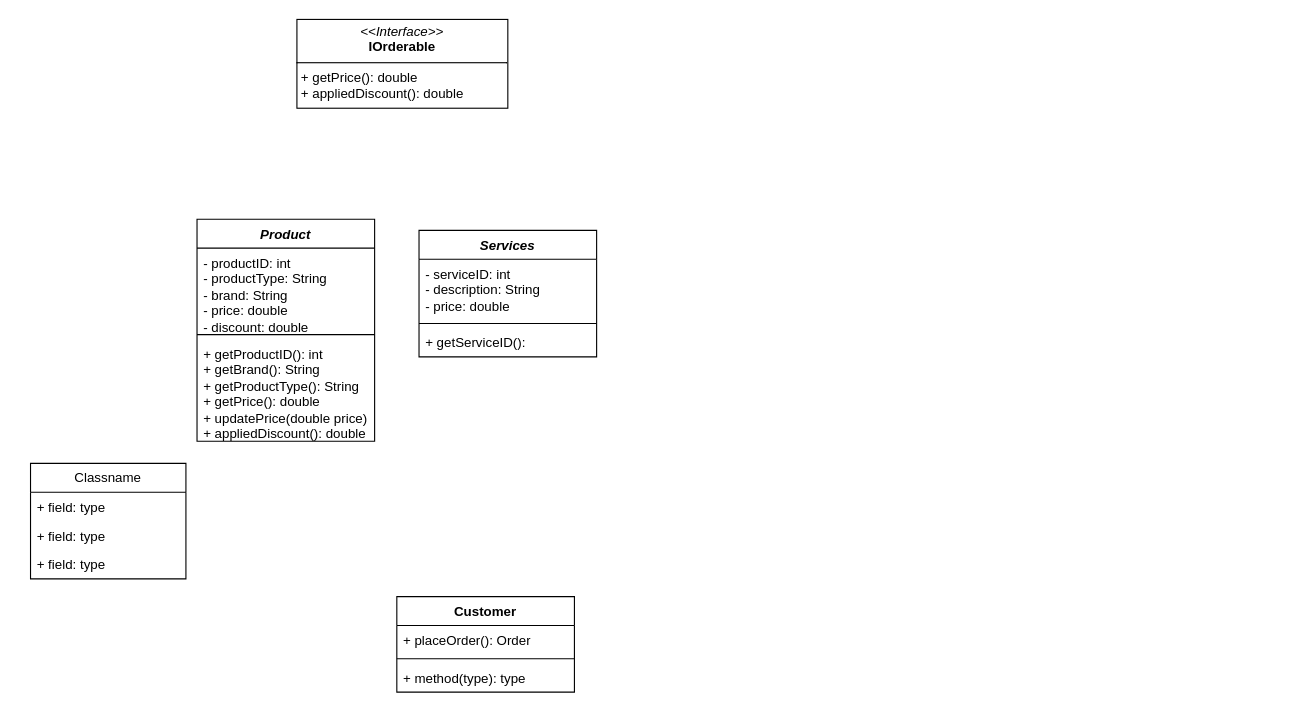
NguyenChHieu/graphs keeps this draw.io diagram as soft2201w3.drawio. Above is the earlier version. Source tidied: cells renumbered, new cells numbered last; positions are measured from the earlier drawing's top-left corner, leaving out a move shared by most shapes. Both pictures are drawn from the tidied source at 111%, with x=0, y=0 at pixel (30, 19).
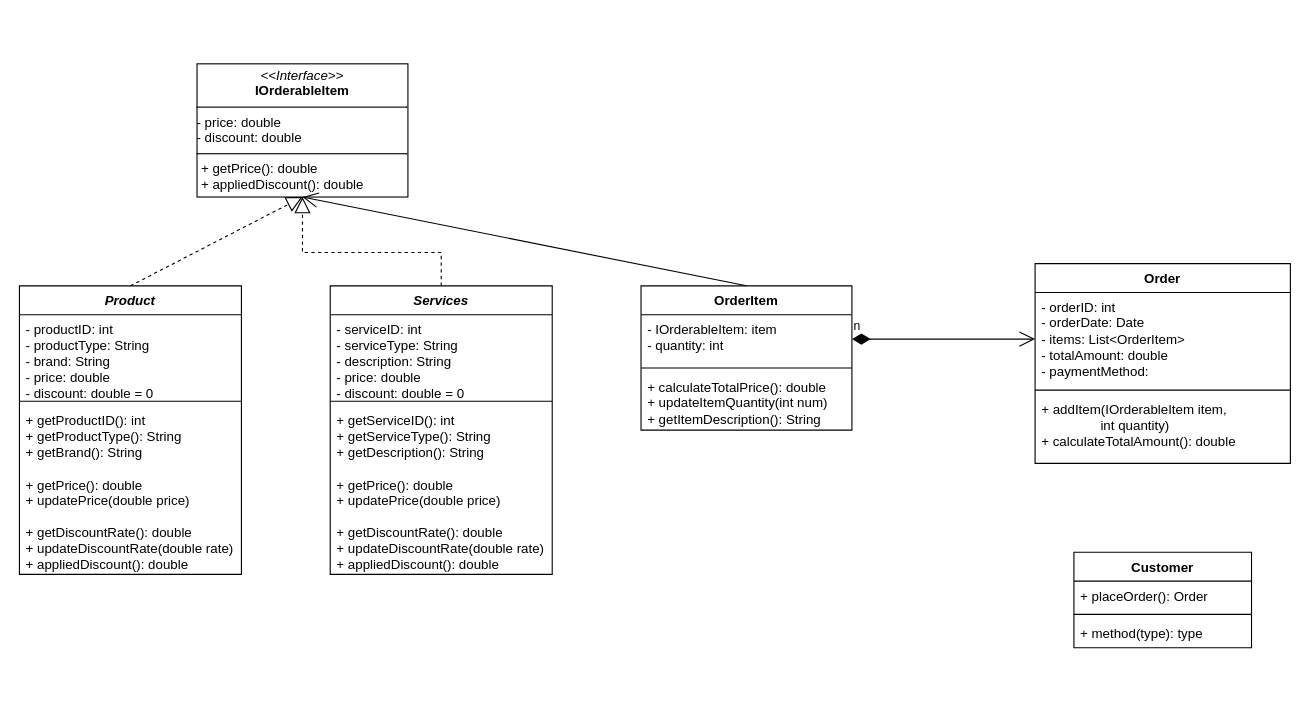
The same page after the edit.

Diff of the diagram source:
```diff
@@
     <mxCell id="2" value="&lt;i&gt;Product&lt;/i&gt;" style="swimlane;fontStyle=1;align=center;verticalAlign=top;horizontal=1;startSize=26;whiteSpace=wrap;html=1;" parent="1" vertex="1">
-      <mxGeometry x="150" y="180" width="160" height="200" as="geometry" />
+      <mxGeometry x="-10" y="240" width="200" height="260" as="geometry" />
     </mxCell>
-    <mxCell id="3" value="&lt;div&gt;- productID: int&lt;/div&gt;- productType: String&lt;div&gt;- brand: String&lt;br&gt;&lt;div&gt;- price: double&lt;/div&gt;&lt;/div&gt;&lt;div&gt;- discount: double&lt;/div&gt;" style="text;strokeColor=none;fillColor=none;align=left;verticalAlign=top;spacingLeft=4;spacingRight=4;overflow=hidden;whiteSpace=wrap;html=1;" parent="2" vertex="1">
-      <mxGeometry y="26" width="160" height="74" as="geometry" />
+    <mxCell id="3" value="&lt;div&gt;- productID: int&lt;/div&gt;- productType: String&lt;div&gt;- brand: String&lt;br&gt;&lt;div&gt;- price: double&lt;/div&gt;&lt;/div&gt;&lt;div&gt;- discount: double = 0&lt;/div&gt;" style="text;strokeColor=none;fillColor=none;align=left;verticalAlign=top;spacingLeft=4;spacingRight=4;overflow=hidden;whiteSpace=wrap;html=1;" parent="2" vertex="1">
+      <mxGeometry y="26" width="200" height="74" as="geometry" />
     </mxCell>
     <mxCell id="4" style="line;strokeWidth=1;fillColor=none;align=left;verticalAlign=middle;spacingTop=-1;spacingLeft=3;spacingRight=3;labelPosition=right;strokeColor=inherit;" parent="2" vertex="1">
-      <mxGeometry y="100" width="160" height="8" as="geometry" />
+      <mxGeometry y="100" width="200" height="8" as="geometry" />
     </mxCell>
-    <mxCell id="5" value="&lt;div&gt;+ getProductID(): int&lt;/div&gt;&lt;div&gt;+ getBrand(): String&lt;/div&gt;+ getProductType(): String&lt;div&gt;+ getPrice(): double&lt;/div&gt;&lt;div&gt;+ updatePrice(double price)&lt;/div&gt;&lt;div&gt;+ appliedDiscount(): double&lt;/div&gt;" style="text;strokeColor=none;fillColor=none;align=left;verticalAlign=top;spacingLeft=4;spacingRight=4;overflow=hidden;whiteSpace=wrap;html=1;" parent="2" vertex="1">
-      <mxGeometry y="108" width="160" height="92" as="geometry" />
+    <mxCell id="5" value="&lt;div&gt;+ getProductID(): int&lt;/div&gt;&lt;div&gt;&lt;span style=&quot;background-color: initial;&quot;&gt;+ getProductType(): String&lt;/span&gt;&lt;br&gt;&lt;/div&gt;&lt;div&gt;&lt;div&gt;+ getBrand(): String&lt;/div&gt;&lt;/div&gt;&lt;div&gt;&lt;span style=&quot;background-color: initial;&quot;&gt;&lt;br&gt;&lt;/span&gt;&lt;/div&gt;&lt;div&gt;&lt;div&gt;+ getPrice(): double&lt;/div&gt;&lt;div&gt;+ updatePrice(double price)&lt;/div&gt;&lt;div&gt;&lt;br&gt;&lt;/div&gt;&lt;div&gt;+ getDiscountRate(): double&lt;/div&gt;&lt;div&gt;+ updateDiscountRate(double rate)&lt;/div&gt;&lt;div&gt;+ appliedDiscount(): double&lt;/div&gt;&lt;/div&gt;" style="text;strokeColor=none;fillColor=none;align=left;verticalAlign=top;spacingLeft=4;spacingRight=4;overflow=hidden;whiteSpace=wrap;html=1;" parent="2" vertex="1">
+      <mxGeometry y="108" width="200" height="152" as="geometry" />
     </mxCell>
     <mxCell id="6" value="&lt;i&gt;Services&lt;/i&gt;" style="swimlane;fontStyle=1;align=center;verticalAlign=top;horizontal=1;startSize=26;whiteSpace=wrap;html=1;" parent="1" vertex="1">
-      <mxGeometry x="350" y="190" width="160" height="114" as="geometry" />
+      <mxGeometry x="270" y="240" width="200" height="260" as="geometry" />
     </mxCell>
-    <mxCell id="7" value="- serviceID: int&amp;nbsp;&lt;div&gt;- description: String&amp;nbsp;&lt;/div&gt;&lt;div&gt;- price: double&lt;/div&gt;" style="text;strokeColor=none;fillColor=none;align=left;verticalAlign=top;spacingLeft=4;spacingRight=4;overflow=hidden;whiteSpace=wrap;html=1;" parent="6" vertex="1">
-      <mxGeometry y="26" width="160" height="54" as="geometry" />
+    <mxCell id="7" value="- serviceID: int&amp;nbsp;&lt;div&gt;- serviceType: String&lt;br&gt;&lt;div&gt;- description: String&amp;nbsp;&lt;/div&gt;&lt;div&gt;- price: double&lt;/div&gt;&lt;/div&gt;&lt;div&gt;- discount: double = 0&lt;/div&gt;" style="text;strokeColor=none;fillColor=none;align=left;verticalAlign=top;spacingLeft=4;spacingRight=4;overflow=hidden;whiteSpace=wrap;html=1;" parent="6" vertex="1">
+      <mxGeometry y="26" width="200" height="74" as="geometry" />
     </mxCell>
     <mxCell id="8" style="line;strokeWidth=1;fillColor=none;align=left;verticalAlign=middle;spacingTop=-1;spacingLeft=3;spacingRight=3;labelPosition=right;strokeColor=inherit;" parent="6" vertex="1">
-      <mxGeometry y="80" width="160" height="8" as="geometry" />
+      <mxGeometry y="100" width="200" height="8" as="geometry" />
     </mxCell>
-    <mxCell id="9" value="+ getServiceID():&lt;div&gt;&lt;br&gt;&lt;/div&gt;" style="text;strokeColor=none;fillColor=none;align=left;verticalAlign=top;spacingLeft=4;spacingRight=4;overflow=hidden;whiteSpace=wrap;html=1;" parent="6" vertex="1">
-      <mxGeometry y="88" width="160" height="26" as="geometry" />
+    <mxCell id="9" value="+ getServiceID(): int&lt;div&gt;+ getServiceType(): String&lt;/div&gt;&lt;div&gt;+ getDescription(): String&lt;/div&gt;&lt;div&gt;&lt;div&gt;&lt;br&gt;&lt;/div&gt;&lt;div&gt;+ getPrice(): double&lt;/div&gt;&lt;div&gt;+ updatePrice(double price)&lt;/div&gt;&lt;div&gt;&lt;br&gt;&lt;/div&gt;&lt;div&gt;+ getDiscountRate(): double&lt;/div&gt;&lt;div&gt;+ updateDiscountRate(double rate)&lt;/div&gt;&lt;div&gt;+ appliedDiscount(): double&lt;/div&gt;&lt;div&gt;&lt;br&gt;&lt;/div&gt;&lt;/div&gt;" style="text;strokeColor=none;fillColor=none;align=left;verticalAlign=top;spacingLeft=4;spacingRight=4;overflow=hidden;whiteSpace=wrap;html=1;" parent="6" vertex="1">
+      <mxGeometry y="108" width="200" height="152" as="geometry" />
     </mxCell>
     <mxCell id="10" value="Customer" style="swimlane;fontStyle=1;align=center;verticalAlign=top;horizontal=1;startSize=26;whiteSpace=wrap;html=1;" parent="1" vertex="1">
-      <mxGeometry x="330" y="520" width="160" height="86" as="geometry" />
+      <mxGeometry x="940" y="480" width="160" height="86" as="geometry" />
     </mxCell>
@@
-    <mxCell id="14" value="Classname" style="swimlane;fontStyle=0;horizontal=1;startSize=26;fillColor=none;whiteSpace=wrap;html=1;" parent="1" vertex="1">
-      <mxGeometry y="400" width="140" height="104" as="geometry" />
-    </mxCell>
-    <mxCell id="15" value="+ field: type" style="text;strokeColor=none;fillColor=none;align=left;verticalAlign=top;spacingLeft=4;spacingRight=4;overflow=hidden;whiteSpace=wrap;html=1;" parent="14" vertex="1">
-      <mxGeometry y="26" width="140" height="26" as="geometry" />
-    </mxCell>
-    <mxCell id="16" value="+ field: type" style="text;strokeColor=none;fillColor=none;align=left;verticalAlign=top;spacingLeft=4;spacingRight=4;overflow=hidden;whiteSpace=wrap;html=1;" parent="14" vertex="1">
-      <mxGeometry y="52" width="140" height="26" as="geometry" />
-    </mxCell>
-    <mxCell id="17" value="+ field: type" style="text;strokeColor=none;fillColor=none;align=left;verticalAlign=top;spacingLeft=4;spacingRight=4;overflow=hidden;whiteSpace=wrap;html=1;" parent="14" vertex="1">
-      <mxGeometry y="78" width="140" height="26" as="geometry" />
-    </mxCell>
-    <mxCell id="18" value="&lt;p style=&quot;margin:0px;margin-top:4px;text-align:center;&quot;&gt;&lt;i&gt;&amp;lt;&amp;lt;Interface&amp;gt;&amp;gt;&lt;/i&gt;&lt;br&gt;&lt;b&gt;IOrderable&lt;/b&gt;&lt;/p&gt;&lt;hr size=&quot;1&quot; style=&quot;border-style:solid;&quot;&gt;&lt;p style=&quot;margin:0px;margin-left:4px;&quot;&gt;&lt;/p&gt;&lt;p style=&quot;margin:0px;margin-left:4px;&quot;&gt;+ getPrice(): double&lt;/p&gt;&lt;p style=&quot;margin:0px;margin-left:4px;&quot;&gt;+ appliedDiscount(): double&lt;/p&gt;" style="verticalAlign=top;align=left;overflow=fill;html=1;whiteSpace=wrap;" parent="1" vertex="1">
-      <mxGeometry x="240" width="190" height="80" as="geometry" />
-    </mxCell>
+    <mxCell id="19" value="&lt;p style=&quot;margin:0px;margin-top:4px;text-align:center;&quot;&gt;&lt;i&gt;&amp;lt;&amp;lt;Interface&amp;gt;&amp;gt;&lt;/i&gt;&lt;br&gt;&lt;b&gt;IOrderableItem&lt;/b&gt;&lt;/p&gt;&lt;hr size=&quot;1&quot; style=&quot;border-style:solid;&quot;&gt;&lt;div&gt;- price: double&lt;/div&gt;&lt;div&gt;- discount: double&amp;nbsp;&lt;/div&gt;&lt;hr size=&quot;1&quot; style=&quot;border-style:solid;&quot;&gt;&lt;p style=&quot;margin: 0px 0px 0px 4px;&quot;&gt;+ getPrice(): double&lt;/p&gt;&lt;p style=&quot;margin: 0px 0px 0px 4px;&quot;&gt;+ appliedDiscount(): double&lt;/p&gt;" style="verticalAlign=top;align=left;overflow=fill;html=1;whiteSpace=wrap;" parent="1" vertex="1">
+      <mxGeometry x="150" y="40" width="190" height="120" as="geometry" />
+    </mxCell>
+    <mxCell id="20" style="endArrow=block;dashed=1;endFill=0;endSize=12;html=1;rounded=0;exitX=0.5;exitY=0;exitDx=0;exitDy=0;entryX=0.5;entryY=1;entryDx=0;entryDy=0;" parent="1" edge="1" source="2" target="19">
+      <mxGeometry relative="1" as="geometry" />
+    </mxCell>
+    <mxCell id="21" style="endArrow=block;dashed=1;endFill=0;endSize=12;html=1;rounded=0;exitX=0.5;exitY=0;exitDx=0;exitDy=0;entryX=0.5;entryY=1;entryDx=0;entryDy=0;" parent="1" edge="1" source="6" target="19">
+      <mxGeometry relative="1" as="geometry">
+        <Array as="points">
+          <mxPoint x="370" y="210" />
+          <mxPoint x="245" y="210" />
+        </Array>
+      </mxGeometry>
+    </mxCell>
+    <mxCell id="22" value="OrderItem" style="swimlane;fontStyle=1;align=center;verticalAlign=top;horizontal=1;startSize=26;whiteSpace=wrap;html=1;" parent="1" vertex="1">
+      <mxGeometry x="550" y="240" width="190" height="130" as="geometry" />
+    </mxCell>
+    <mxCell id="23" value="- IOrderableItem: item&lt;div&gt;- quantity: int&lt;/div&gt;" style="text;strokeColor=none;fillColor=none;align=left;verticalAlign=top;spacingLeft=4;spacingRight=4;overflow=hidden;points=[[0,0.5],[1,0.5]];portConstraint=eastwest;whiteSpace=wrap;html=1;" parent="22" vertex="1">
+      <mxGeometry y="26" width="190" height="44" as="geometry" />
+    </mxCell>
+    <mxCell id="24" style="line;strokeWidth=1;fillColor=none;align=left;verticalAlign=middle;spacingTop=-1;spacingLeft=3;spacingRight=3;labelPosition=right;strokeColor=inherit;" parent="22" vertex="1">
+      <mxGeometry y="70" width="190" height="8" as="geometry" />
+    </mxCell>
+    <mxCell id="25" value="+ calculateTotalPrice(): double&lt;div&gt;+ updateItemQuantity(int num)&lt;br&gt;&lt;div&gt;+ getItemDescription(): String&lt;br&gt;&lt;div&gt;&lt;br&gt;&lt;/div&gt;&lt;/div&gt;&lt;/div&gt;" style="text;strokeColor=none;fillColor=none;align=left;verticalAlign=top;spacingLeft=4;spacingRight=4;overflow=hidden;whiteSpace=wrap;html=1;" parent="22" vertex="1">
+      <mxGeometry y="78" width="190" height="52" as="geometry" />
+    </mxCell>
+    <mxCell id="26" style="endArrow=open;endFill=1;endSize=12;html=1;rounded=0;exitX=0.5;exitY=0;exitDx=0;exitDy=0;entryX=0.5;entryY=1;entryDx=0;entryDy=0;" parent="1" edge="1" source="22" target="19">
+      <mxGeometry relative="1" as="geometry" />
+    </mxCell>
+    <mxCell id="27" value="Order" style="swimlane;fontStyle=1;align=center;verticalAlign=top;horizontal=1;startSize=26;whiteSpace=wrap;html=1;" parent="1" vertex="1">
+      <mxGeometry x="905" y="220" width="230" height="180" as="geometry" />
+    </mxCell>
+    <mxCell id="28" value="&lt;div&gt;- orderID: int&lt;/div&gt;&lt;div&gt;-&lt;span style=&quot;background-color: initial;&quot;&gt;&amp;nbsp;&lt;/span&gt;&lt;span style=&quot;background-color: initial;&quot;&gt;orderDate: Date&lt;/span&gt;&lt;/div&gt;- items&lt;span style=&quot;background-color: initial;&quot;&gt;: List&amp;lt;OrderItem&amp;gt;&amp;nbsp;&lt;/span&gt;&lt;div&gt;&lt;span style=&quot;background-color: initial;&quot;&gt;- totalAmount: double&amp;nbsp;&lt;/span&gt;&lt;/div&gt;&lt;div&gt;&lt;span style=&quot;background-color: initial;&quot;&gt;- paymentMethod:&amp;nbsp;&lt;/span&gt;&lt;/div&gt;&lt;div&gt;&lt;br&gt;&lt;/div&gt;" style="text;strokeColor=none;fillColor=none;align=left;verticalAlign=top;spacingLeft=4;spacingRight=4;overflow=hidden;points=[[0,0.5],[1,0.5]];portConstraint=eastwest;whiteSpace=wrap;html=1;" parent="27" vertex="1">
+      <mxGeometry y="26" width="230" height="84" as="geometry" />
+    </mxCell>
+    <mxCell id="29" style="line;strokeWidth=1;fillColor=none;align=left;verticalAlign=middle;spacingTop=-1;spacingLeft=3;spacingRight=3;labelPosition=right;strokeColor=inherit;" parent="27" vertex="1">
+      <mxGeometry y="110" width="230" height="8" as="geometry" />
+    </mxCell>
+    <mxCell id="30" value="+ addItem(IOrderableItem item,&lt;div&gt;&lt;span style=&quot;white-space: pre;&quot;&gt;&#9;&lt;/span&gt;&lt;span style=&quot;white-space: pre;&quot;&gt;&#9;&lt;/span&gt;int quantity)&lt;/div&gt;&lt;div&gt;+ calculateTotalAmount(): double&lt;/div&gt;" style="text;strokeColor=none;fillColor=none;align=left;verticalAlign=top;spacingLeft=4;spacingRight=4;overflow=hidden;whiteSpace=wrap;html=1;" parent="27" vertex="1">
+      <mxGeometry y="118" width="230" height="62" as="geometry" />
+    </mxCell>
+    <mxCell id="31" value="n" style="endArrow=open;html=1;endSize=12;startArrow=diamondThin;startSize=14;startFill=1;edgeStyle=orthogonalEdgeStyle;align=left;verticalAlign=bottom;rounded=0;exitX=1;exitY=0.5;exitDx=0;exitDy=0;entryX=0;entryY=0.5;entryDx=0;entryDy=0;" parent="1" edge="1" source="23" target="28">
+      <mxGeometry x="-1" y="3" relative="1" as="geometry" />
+    </mxCell>
```
